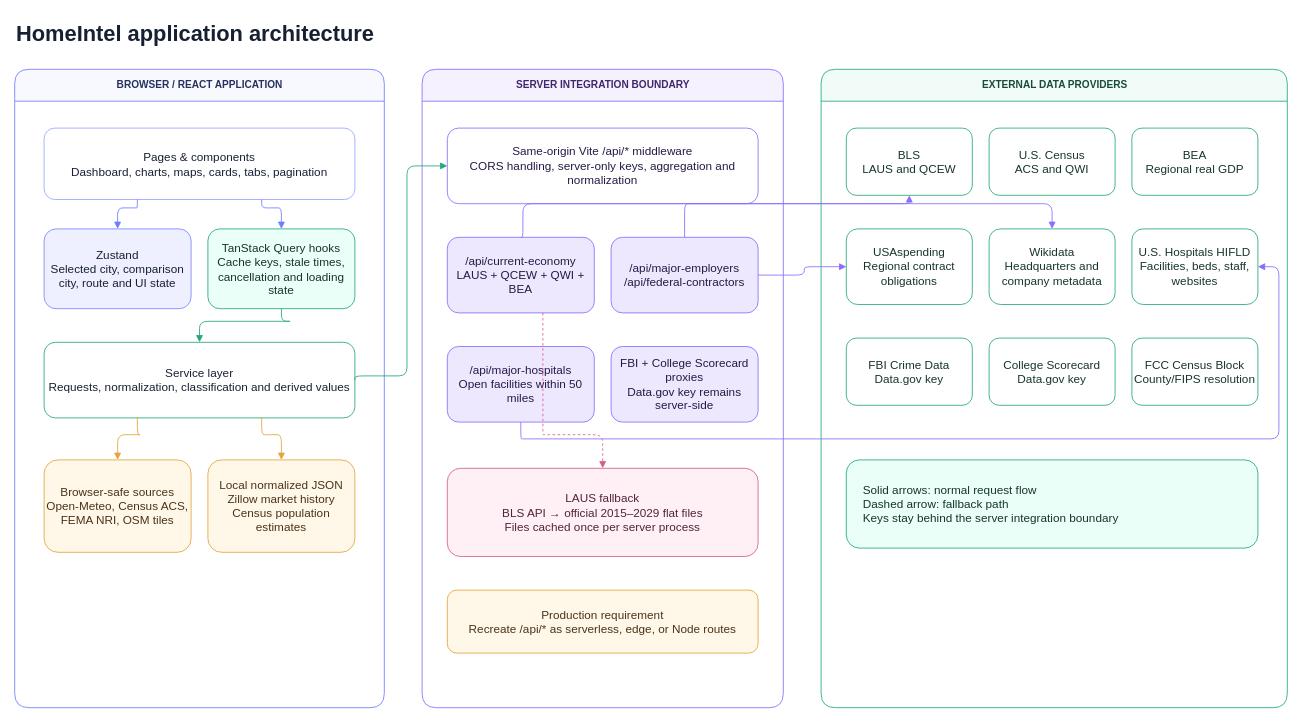
Above: docs/homeintel-architecture.drawio in Ethanlloyd21/homeIntel (draw.io), before the change. Source tidied: cells renumbered, new cells numbered last; positions are measured from the earlier drawing's top-left corner, leaving out a move shared by most shapes. Both pictures are drawn from the tidied source at 84%, with x=0, y=0 at pixel (14, 14).
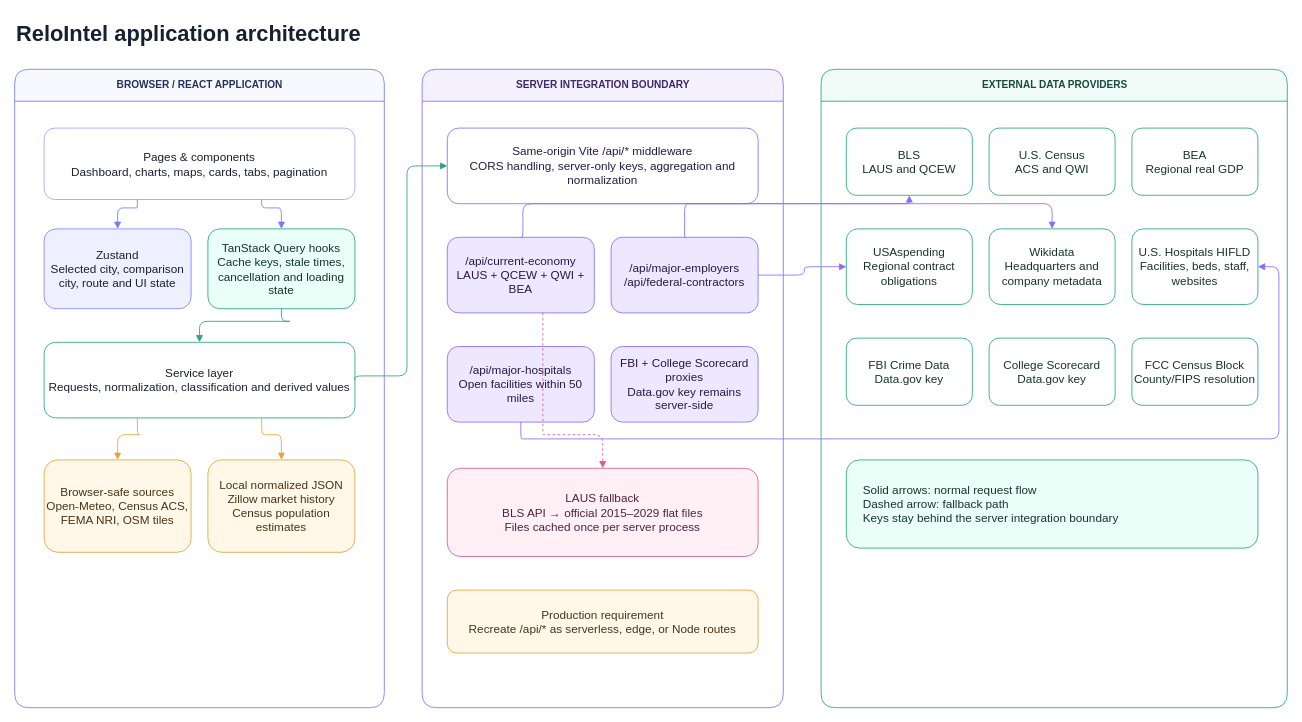
After the change.

The edit, as a diff of the source:
```diff
@@
-    <mxCell id="2" value="HomeIntel application architecture" style="text;html=1;fontSize=26;fontStyle=1;fontColor=#172033;align=left;verticalAlign=middle;" parent="1" vertex="1">
+    <mxCell id="2" value="ReloIntel application architecture" style="text;html=1;fontSize=26;fontStyle=1;fontColor=#172033;align=left;verticalAlign=middle;" parent="1" vertex="1">
       <mxGeometry width="600" height="45" as="geometry" />
     </mxCell>
```
